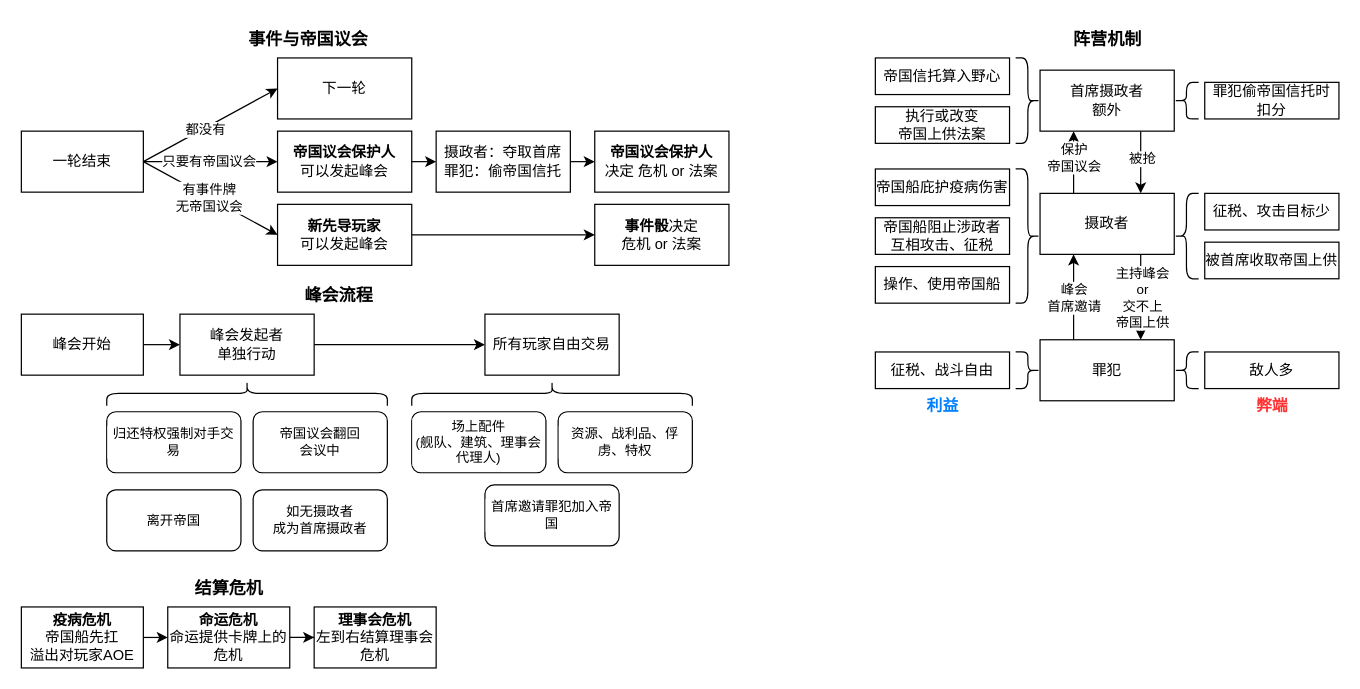
Earlier version of the draw.io diagram Arcs_CC.drawio (Ubinya/project_ax). Source tidied: cells renumbered, new cells numbered last; positions are measured from the earlier drawing's top-left corner, leaving out a move shared by most shapes. Both pictures are drawn from the tidied source at 122%, with x=0, y=0 at pixel (21, 21).
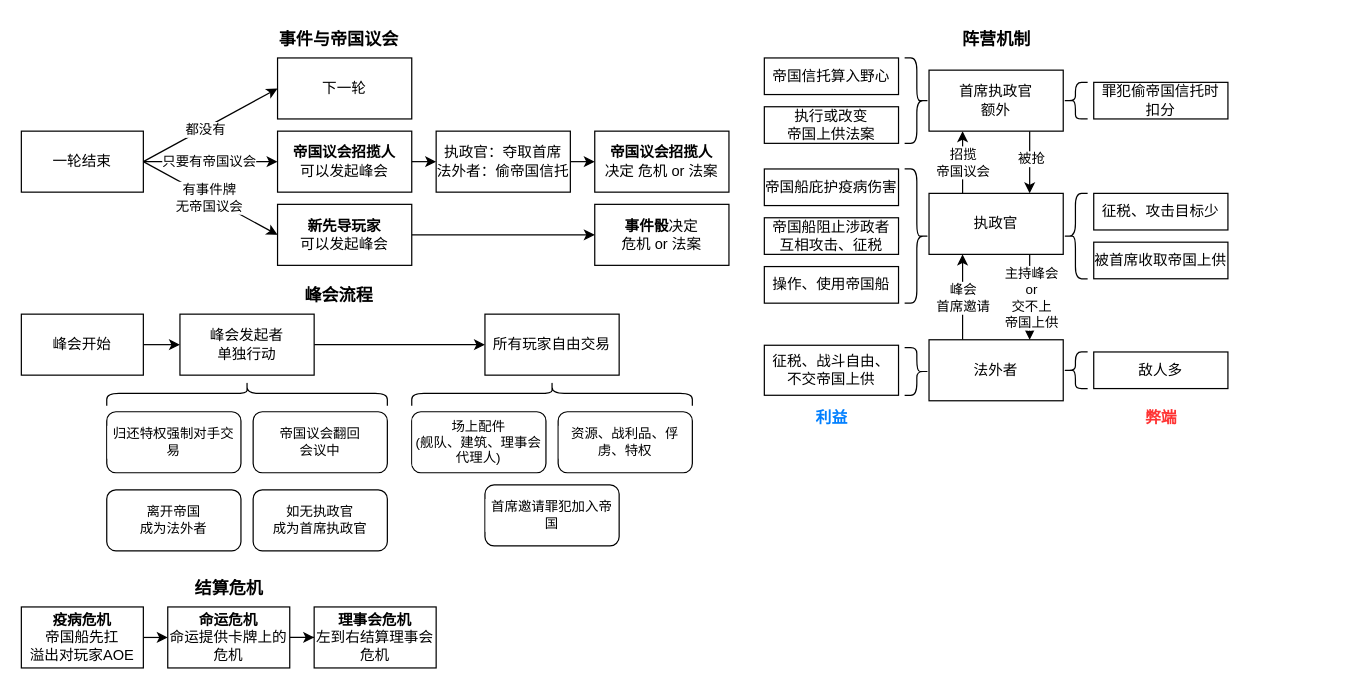
The same page after the edit.

The change refers to these unchanged cells:
```xml
<mxCell id="37" style="edgeStyle=orthogonalEdgeStyle;rounded=0;jettySize=auto;html=1;exitX=0.25;exitY=0;exitDx=0;exitDy=0;entryX=0.25;entryY=1;entryDx=0;entryDy=0;" parent="1" edge="1" source="39" target="46">
  <mxGeometry relative="1" as="geometry" />
</mxCell>
```

Change to the diagram source:
```diff
@@
-    <mxCell id="14" value="&lt;b&gt;帝国议会保护人&lt;/b&gt;&lt;div&gt;可以发起峰会&lt;/div&gt;" style="whiteSpace=wrap;html=1;" parent="1" vertex="1">
+    <mxCell id="14" value="&lt;b&gt;帝国议会招揽人&lt;/b&gt;&lt;div&gt;可以发起峰会&lt;/div&gt;" style="whiteSpace=wrap;html=1;" parent="1" vertex="1">
       <mxGeometry x="210" y="90" width="110" height="50" as="geometry" />
     </mxCell>
-    <mxCell id="15" value="&lt;b&gt;帝国议会保护人&lt;/b&gt;&lt;div&gt;决定 危机 or 法案&lt;/div&gt;" style="whiteSpace=wrap;html=1;" parent="1" vertex="1">
+    <mxCell id="15" value="&lt;b&gt;帝国议会招揽人&lt;/b&gt;&lt;div&gt;决定 危机 or 法案&lt;/div&gt;" style="whiteSpace=wrap;html=1;" parent="1" vertex="1">
       <mxGeometry x="470" y="90" width="110" height="50" as="geometry" />
     </mxCell>
@@
-    <mxCell id="17" value="摄政者：夺取首席&lt;div&gt;罪犯：偷帝国信托&lt;/div&gt;" style="whiteSpace=wrap;html=1;" parent="1" vertex="1">
+    <mxCell id="17" value="执政官：夺取首席&lt;div&gt;法外者：偷帝国信托&lt;/div&gt;" style="whiteSpace=wrap;html=1;" parent="1" vertex="1">
       <mxGeometry x="340" y="90" width="110" height="50" as="geometry" />
     </mxCell>
@@
-    <mxCell id="24" value="离开帝国" style="rounded=1;whiteSpace=wrap;html=1;fontFamily=Helvetica;fontSize=11;fontColor=default;labelBackgroundColor=default;" parent="1" vertex="1">
+    <mxCell id="24" value="离开帝国&lt;div&gt;成为法外者&lt;/div&gt;" style="rounded=1;whiteSpace=wrap;html=1;fontFamily=Helvetica;fontSize=11;fontColor=default;labelBackgroundColor=default;" parent="1" vertex="1">
       <mxGeometry x="70" y="384" width="110" height="50" as="geometry" />
     </mxCell>
-    <mxCell id="25" value="如无摄政者&lt;div&gt;成为首席摄政者&lt;/div&gt;" style="rounded=1;whiteSpace=wrap;html=1;fontFamily=Helvetica;fontSize=11;fontColor=default;labelBackgroundColor=default;" parent="1" vertex="1">
+    <mxCell id="25" value="如无执政官&lt;div&gt;成为首席执政官&lt;/div&gt;" style="rounded=1;whiteSpace=wrap;html=1;fontFamily=Helvetica;fontSize=11;fontColor=default;labelBackgroundColor=default;" parent="1" vertex="1">
       <mxGeometry x="190" y="384" width="110" height="50" as="geometry" />
     </mxCell>
@@
     <mxCell id="33" value="事件与帝国议会" style="text;html=1;align=center;verticalAlign=middle;strokeColor=none;fillColor=none;fontSize=14;fontStyle=1;" parent="1" vertex="1">
-      <mxGeometry x="175" width="120" height="30" as="geometry" />
+      <mxGeometry x="200" width="120" height="30" as="geometry" />
     </mxCell>
     <mxCell id="34" value="阵营机制" style="text;html=1;align=center;verticalAlign=middle;strokeColor=none;fillColor=none;fontSize=14;fontStyle=1;" parent="1" vertex="1">
-      <mxGeometry x="850" width="80" height="30" as="geometry" />
+      <mxGeometry x="759" width="80" height="30" as="geometry" />
     </mxCell>
@@
-    <mxCell id="38" value="保护&lt;div&gt;帝国议会&lt;/div&gt;" style="edgeLabel;html=1;align=center;verticalAlign=middle;" parent="37" vertex="1">
-      <mxGeometry x="0.17" relative="1" as="geometry" />
+    <mxCell id="38" value="&lt;div&gt;招揽&lt;/div&gt;&lt;div&gt;帝国议会&lt;/div&gt;" style="edgeLabel;html=1;align=center;verticalAlign=middle;" parent="37" vertex="1">
+      <mxGeometry x="0.17" relative="1" as="geometry">
+        <mxPoint y="4" as="offset" />
+      </mxGeometry>
     </mxCell>
-    <mxCell id="39" value="摄政者" style="whiteSpace=wrap;html=1;" parent="1" vertex="1">
-      <mxGeometry x="835" y="141" width="110" height="50" as="geometry" />
+    <mxCell id="39" value="执政官" style="whiteSpace=wrap;html=1;" parent="1" vertex="1">
+      <mxGeometry x="744" y="141" width="110" height="50" as="geometry" />
     </mxCell>
     <mxCell id="40" value="利益" style="text;html=1;align=center;verticalAlign=middle;strokeColor=none;fillColor=none;fontSize=13;fontColor=#007FFF;fontStyle=1;" parent="1" vertex="1">
-      <mxGeometry x="730" y="300" width="50" height="30" as="geometry" />
+      <mxGeometry x="639" y="310" width="50" height="30" as="geometry" />
     </mxCell>
     <mxCell id="41" value="弊端" style="text;html=1;align=center;verticalAlign=middle;strokeColor=none;fillColor=none;fontSize=13;fontColor=#FF3333;fontStyle=1;" parent="1" vertex="1">
-      <mxGeometry x="1000" y="300" width="50" height="30" as="geometry" />
+      <mxGeometry x="909" y="310" width="50" height="30" as="geometry" />
     </mxCell>
     <mxCell id="42" value="帝国船庇护疫病伤害" style="whiteSpace=wrap;html=1;" parent="1" vertex="1">
-      <mxGeometry x="700" y="121" width="110" height="30" as="geometry" />
+      <mxGeometry x="609" y="121" width="110" height="30" as="geometry" />
     </mxCell>
     <mxCell id="43" value="帝国船阻止涉政者&lt;div&gt;互相攻击、征税&lt;/div&gt;" style="whiteSpace=wrap;html=1;" parent="1" vertex="1">
-      <mxGeometry x="700" y="161" width="110" height="30" as="geometry" />
+      <mxGeometry x="609" y="161" width="110" height="30" as="geometry" />
     </mxCell>
@@
-    <mxCell id="46" value="首席摄政者&lt;div&gt;额外&lt;/div&gt;" style="whiteSpace=wrap;html=1;" parent="1" vertex="1">
-      <mxGeometry x="835" y="40" width="110" height="50" as="geometry" />
+    <mxCell id="46" value="首席执政官&lt;div&gt;额外&lt;/div&gt;" style="whiteSpace=wrap;html=1;" parent="1" vertex="1">
+      <mxGeometry x="744" y="40" width="110" height="50" as="geometry" />
     </mxCell>
     <mxCell id="47" value="征税、攻击目标少" style="whiteSpace=wrap;html=1;" parent="1" vertex="1">
-      <mxGeometry x="970" y="141" width="110" height="30" as="geometry" />
+      <mxGeometry x="879" y="141" width="110" height="30" as="geometry" />
     </mxCell>
@@
-    <mxCell id="50" value="罪犯" style="whiteSpace=wrap;html=1;" parent="1" vertex="1">
-      <mxGeometry x="835" y="261" width="110" height="50" as="geometry" />
+    <mxCell id="50" value="法外者" style="whiteSpace=wrap;html=1;" parent="1" vertex="1">
+      <mxGeometry x="744" y="261" width="110" height="50" as="geometry" />
     </mxCell>
     <mxCell id="51" value="敌人多" style="whiteSpace=wrap;html=1;" parent="1" vertex="1">
-      <mxGeometry x="970" y="271" width="110" height="30" as="geometry" />
+      <mxGeometry x="879" y="271" width="110" height="30" as="geometry" />
     </mxCell>
     <mxCell id="52" value="操作、使用帝国船" style="whiteSpace=wrap;html=1;" parent="1" vertex="1">
-      <mxGeometry x="700" y="201" width="110" height="30" as="geometry" />
+      <mxGeometry x="609" y="201" width="110" height="30" as="geometry" />
     </mxCell>
-    <mxCell id="53" value="征税、战斗自由" style="whiteSpace=wrap;html=1;" parent="1" vertex="1">
-      <mxGeometry x="700" y="271" width="110" height="30" as="geometry" />
+    <mxCell id="53" value="征税、战斗自由、&lt;div&gt;不交帝国上供&lt;/div&gt;" style="whiteSpace=wrap;html=1;" parent="1" vertex="1">
+      <mxGeometry x="609" y="265.5" width="110" height="41" as="geometry" />
     </mxCell>
     <mxCell id="54" value="帝国信托算入野心" style="whiteSpace=wrap;html=1;" parent="1" vertex="1">
-      <mxGeometry x="700" y="30" width="110" height="30" as="geometry" />
+      <mxGeometry x="609" y="30" width="110" height="30" as="geometry" />
     </mxCell>
     <mxCell id="55" value="执行或改变&lt;div&gt;帝国上供法案&lt;/div&gt;" style="whiteSpace=wrap;html=1;" parent="1" vertex="1">
-      <mxGeometry x="700" y="70" width="110" height="30" as="geometry" />
+      <mxGeometry x="609" y="70" width="110" height="30" as="geometry" />
     </mxCell>
     <mxCell id="56" style="shape=curlyBracket;whiteSpace=wrap;html=1;rounded=1;labelPosition=left;verticalLabelPosition=middle;align=right;verticalAlign=middle;fontFamily=Helvetica;fontSize=11;fontColor=default;labelBackgroundColor=default;rotation=-180;" parent="1" vertex="1">
-      <mxGeometry x="815" y="30" width="20" height="70" as="geometry" />
+      <mxGeometry x="724" y="30" width="20" height="70" as="geometry" />
     </mxCell>
     <mxCell id="57" style="shape=curlyBracket;whiteSpace=wrap;html=1;rounded=1;labelPosition=left;verticalLabelPosition=middle;align=right;verticalAlign=middle;fontFamily=Helvetica;fontSize=11;fontColor=default;labelBackgroundColor=default;rotation=-180;" parent="1" vertex="1">
-      <mxGeometry x="815" y="121" width="20" height="110" as="geometry" />
+      <mxGeometry x="724" y="121" width="20" height="110" as="geometry" />
     </mxCell>
     <mxCell id="58" value="被首席收取帝国上供" style="whiteSpace=wrap;html=1;" parent="1" vertex="1">
-      <mxGeometry x="970" y="181" width="110" height="30" as="geometry" />
+      <mxGeometry x="879" y="181" width="110" height="30" as="geometry" />
     </mxCell>
     <mxCell id="59" style="shape=curlyBracket;whiteSpace=wrap;html=1;rounded=1;labelPosition=left;verticalLabelPosition=middle;align=right;verticalAlign=middle;fontFamily=Helvetica;fontSize=11;fontColor=default;labelBackgroundColor=default;rotation=0;" parent="1" vertex="1">
-      <mxGeometry x="945" y="141" width="20" height="70" as="geometry" />
+      <mxGeometry x="854" y="141" width="20" height="70" as="geometry" />
     </mxCell>
     <mxCell id="60" style="shape=curlyBracket;whiteSpace=wrap;html=1;rounded=1;labelPosition=left;verticalLabelPosition=middle;align=right;verticalAlign=middle;fontFamily=Helvetica;fontSize=11;fontColor=default;labelBackgroundColor=default;rotation=0;" parent="1" vertex="1">
-      <mxGeometry x="945" y="271" width="20" height="30" as="geometry" />
+      <mxGeometry x="854" y="271" width="20" height="30" as="geometry" />
     </mxCell>
-    <mxCell id="61" style="shape=curlyBracket;whiteSpace=wrap;html=1;rounded=1;labelPosition=left;verticalLabelPosition=middle;align=right;verticalAlign=middle;fontFamily=Helvetica;fontSize=11;fontColor=default;labelBackgroundColor=default;rotation=-180;" parent="1" vertex="1">
-      <mxGeometry x="815" y="271" width="20" height="30" as="geometry" />
+    <mxCell id="61" style="shape=curlyBracket;whiteSpace=wrap;html=1;rounded=1;labelPosition=left;verticalLabelPosition=middle;align=right;verticalAlign=middle;fontFamily=Helvetica;fontSize=11;fontColor=default;labelBackgroundColor=default;rotation=-180;size=0.5;" parent="1" vertex="1">
+      <mxGeometry x="724" y="267.5" width="20" height="39" as="geometry" />
     </mxCell>
     <mxCell id="62" style="shape=curlyBracket;whiteSpace=wrap;html=1;rounded=1;labelPosition=left;verticalLabelPosition=middle;align=right;verticalAlign=middle;fontFamily=Helvetica;fontSize=11;fontColor=default;labelBackgroundColor=default;rotation=0;" parent="1" vertex="1">
-      <mxGeometry x="945" y="50" width="20" height="30" as="geometry" />
+      <mxGeometry x="854" y="50" width="20" height="30" as="geometry" />
     </mxCell>
     <mxCell id="63" value="罪犯偷帝国信托时&lt;div&gt;扣分&lt;/div&gt;" style="whiteSpace=wrap;html=1;" parent="1" vertex="1">
-      <mxGeometry x="970" y="50" width="110" height="30" as="geometry" />
+      <mxGeometry x="879" y="50" width="110" height="30" as="geometry" />
     </mxCell>
```
